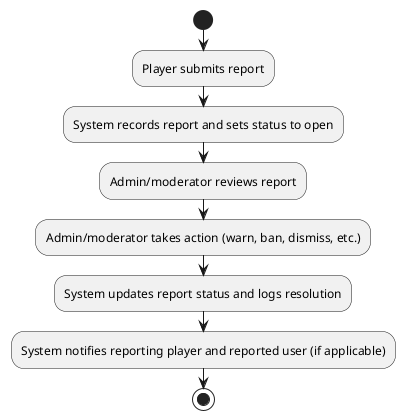
The PlantUML diagram documentation/new-docs/diagrams/module7/transaction7_2_activity.png in hiimghostine/darknet-duel, before a commit. Source of this version:
```plantuml
@startuml
start
:Player submits report;
:System records report and sets status to open;
:Admin/moderator reviews report;
:Admin/moderator takes action (warn, ban, dismiss, etc.);
:System updates report status and logs resolution;
:System notifies reporting player and reported user (if applicable);
stop
@enduml
```
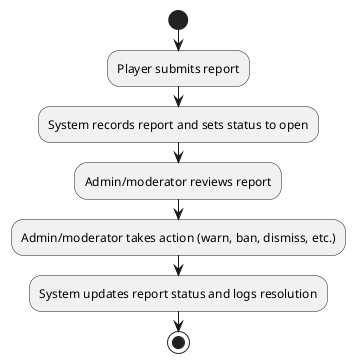
After the commit.

Change to the diagram source:
```diff
@@ -5,6 +5,5 @@
 :Admin/moderator reviews report;
 :Admin/moderator takes action (warn, ban, dismiss, etc.);
 :System updates report status and logs resolution;
-:System notifies reporting player and reported user (if applicable);
 stop
 @enduml
```
